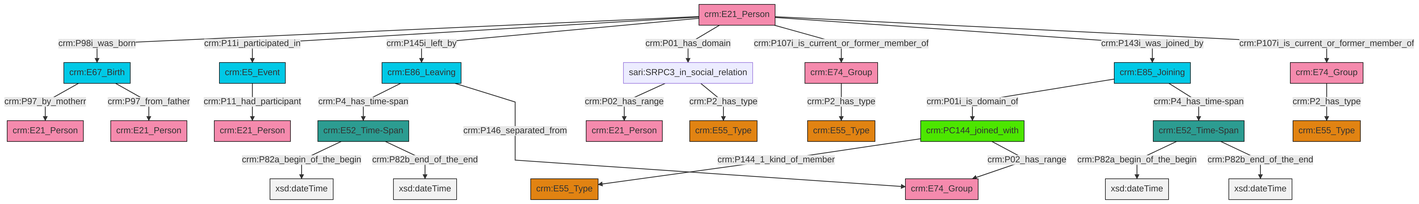
This is et/personCSV/ttl/mmd/png/Person_Actor_Relations.png from swiss-art-research-net/docs.swissartresearch, a Mermaid export, as it was before one commit. Its source is kept beside it as et/personCSV/ttl/mmd/Person_Actor_Relations.ttl.mmd. The source it was exported from:
```mermaid
graph TD
classDef Literal fill:#f2f2f2,stroke:#000000;
classDef CRM_Entity fill:#FFFFFF,stroke:#000000;
classDef Temporal_Entity fill:#00C9E6, stroke:#000000;
classDef Type fill:#E18312, stroke:#000000;
classDef Time-Span fill:#2C9C91, stroke:#000000;
classDef Appellation fill:#FFEB7F, stroke:#000000;
classDef Place fill:#008836, stroke:#000000;
classDef Persistent_Item fill:#B266B2, stroke:#000000;
classDef Conceptual_Object fill:#FFD700, stroke:#000000;
classDef Physical_Thing fill:#D2B48C, stroke:#000000;
classDef Actor fill:#f58aad, stroke:#000000;
classDef PC_Classes fill:#4ce600, stroke:#000000;
classDef Multi fill:#cccccc,stroke:#000000;

4["crm:E85_Joining"]:::Temporal_Entity -->|crm:P01i_is_domain_of| 2["crm:PC144_joined_with"]:::PC_Classes
2["crm:PC144_joined_with"]:::PC_Classes -->|crm:P144_1_kind_of_member| 7["crm:E55_Type"]:::Type
12["crm:E86_Leaving"]:::Temporal_Entity -->|crm:P4_has_time-span| 13["crm:E52_Time-Span"]:::Time-Span
10["sari:SRPC3_in_social_relation"]:::Default -->|crm:P02_has_range| 8["crm:E21_Person"]:::Actor
16["crm:E21_Person"]:::Actor -->|crm:P98i_was_born| 17["crm:E67_Birth"]:::Temporal_Entity
16["crm:E21_Person"]:::Actor -->|crm:P11i_participated_in| 18["crm:E5_Event"]:::Temporal_Entity
18["crm:E5_Event"]:::Temporal_Entity -->|crm:P11_had_participant| 5["crm:E21_Person"]:::Actor
16["crm:E21_Person"]:::Actor -->|crm:P145i_left_by| 12["crm:E86_Leaving"]:::Temporal_Entity
16["crm:E21_Person"]:::Actor -->|crm:P01_has_domain| 10["sari:SRPC3_in_social_relation"]:::Default
2["crm:PC144_joined_with"]:::PC_Classes -->|crm:P02_has_range| 28["crm:E74_Group"]:::Actor
16["crm:E21_Person"]:::Actor -->|crm:P107i_is_current_or_former_member_of| 29["crm:E74_Group"]:::Actor
0["crm:E52_Time-Span"]:::Time-Span -->|crm:P82a_begin_of_the_begin| 31[xsd:dateTime]:::Literal
29["crm:E74_Group"]:::Actor -->|crm:P2_has_type| 14["crm:E55_Type"]:::Type
13["crm:E52_Time-Span"]:::Time-Span -->|crm:P82a_begin_of_the_begin| 32[xsd:dateTime]:::Literal
26["crm:E74_Group"]:::Actor -->|crm:P2_has_type| 22["crm:E55_Type"]:::Type
4["crm:E85_Joining"]:::Temporal_Entity -->|crm:P4_has_time-span| 0["crm:E52_Time-Span"]:::Time-Span
17["crm:E67_Birth"]:::Temporal_Entity -->|crm:P97_by_motherr| 24["crm:E21_Person"]:::Actor
16["crm:E21_Person"]:::Actor -->|crm:P143i_was_joined_by| 4["crm:E85_Joining"]:::Temporal_Entity
13["crm:E52_Time-Span"]:::Time-Span -->|crm:P82b_end_of_the_end| 39[xsd:dateTime]:::Literal
0["crm:E52_Time-Span"]:::Time-Span -->|crm:P82b_end_of_the_end| 40[xsd:dateTime]:::Literal
16["crm:E21_Person"]:::Actor -->|crm:P107i_is_current_or_former_member_of| 26["crm:E74_Group"]:::Actor
12["crm:E86_Leaving"]:::Temporal_Entity -->|crm:P146_separated_from| 28["crm:E74_Group"]:::Actor
10["sari:SRPC3_in_social_relation"]:::Default -->|crm:P2_has_type| 42["crm:E55_Type"]:::Type
17["crm:E67_Birth"]:::Temporal_Entity -->|crm:P97_from_father| 20["crm:E21_Person"]:::Actor
```
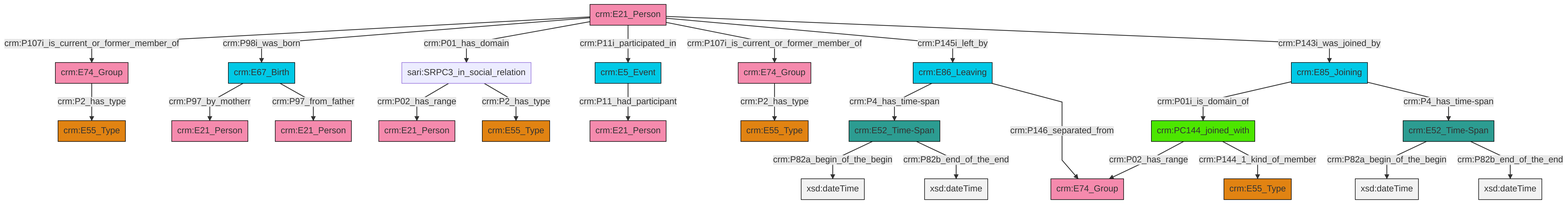
The same diagram one commit later.

Change to the diagram source:
```diff
@@ -13,27 +13,27 @@
 classDef PC_Classes fill:#4ce600, stroke:#000000;
 classDef Multi fill:#cccccc,stroke:#000000;
 
-4["crm:E85_Joining"]:::Temporal_Entity -->|crm:P01i_is_domain_of| 2["crm:PC144_joined_with"]:::PC_Classes
-2["crm:PC144_joined_with"]:::PC_Classes -->|crm:P144_1_kind_of_member| 7["crm:E55_Type"]:::Type
-12["crm:E86_Leaving"]:::Temporal_Entity -->|crm:P4_has_time-span| 13["crm:E52_Time-Span"]:::Time-Span
-10["sari:SRPC3_in_social_relation"]:::Default -->|crm:P02_has_range| 8["crm:E21_Person"]:::Actor
-16["crm:E21_Person"]:::Actor -->|crm:P98i_was_born| 17["crm:E67_Birth"]:::Temporal_Entity
-16["crm:E21_Person"]:::Actor -->|crm:P11i_participated_in| 18["crm:E5_Event"]:::Temporal_Entity
-18["crm:E5_Event"]:::Temporal_Entity -->|crm:P11_had_participant| 5["crm:E21_Person"]:::Actor
-16["crm:E21_Person"]:::Actor -->|crm:P145i_left_by| 12["crm:E86_Leaving"]:::Temporal_Entity
-16["crm:E21_Person"]:::Actor -->|crm:P01_has_domain| 10["sari:SRPC3_in_social_relation"]:::Default
-2["crm:PC144_joined_with"]:::PC_Classes -->|crm:P02_has_range| 28["crm:E74_Group"]:::Actor
-16["crm:E21_Person"]:::Actor -->|crm:P107i_is_current_or_former_member_of| 29["crm:E74_Group"]:::Actor
-0["crm:E52_Time-Span"]:::Time-Span -->|crm:P82a_begin_of_the_begin| 31[xsd:dateTime]:::Literal
-29["crm:E74_Group"]:::Actor -->|crm:P2_has_type| 14["crm:E55_Type"]:::Type
-13["crm:E52_Time-Span"]:::Time-Span -->|crm:P82a_begin_of_the_begin| 32[xsd:dateTime]:::Literal
-26["crm:E74_Group"]:::Actor -->|crm:P2_has_type| 22["crm:E55_Type"]:::Type
-4["crm:E85_Joining"]:::Temporal_Entity -->|crm:P4_has_time-span| 0["crm:E52_Time-Span"]:::Time-Span
-17["crm:E67_Birth"]:::Temporal_Entity -->|crm:P97_by_motherr| 24["crm:E21_Person"]:::Actor
-16["crm:E21_Person"]:::Actor -->|crm:P143i_was_joined_by| 4["crm:E85_Joining"]:::Temporal_Entity
-13["crm:E52_Time-Span"]:::Time-Span -->|crm:P82b_end_of_the_end| 39[xsd:dateTime]:::Literal
-0["crm:E52_Time-Span"]:::Time-Span -->|crm:P82b_end_of_the_end| 40[xsd:dateTime]:::Literal
-16["crm:E21_Person"]:::Actor -->|crm:P107i_is_current_or_former_member_of| 26["crm:E74_Group"]:::Actor
-12["crm:E86_Leaving"]:::Temporal_Entity -->|crm:P146_separated_from| 28["crm:E74_Group"]:::Actor
-10["sari:SRPC3_in_social_relation"]:::Default -->|crm:P2_has_type| 42["crm:E55_Type"]:::Type
-17["crm:E67_Birth"]:::Temporal_Entity -->|crm:P97_from_father| 20["crm:E21_Person"]:::Actor
+0["crm:E85_Joining"]:::Temporal_Entity -->|crm:P01i_is_domain_of| 1["crm:PC144_joined_with"]:::PC_Classes
+2["crm:E21_Person"]:::Actor -->|crm:P107i_is_current_or_former_member_of| 3["crm:E74_Group"]:::Actor
+2["crm:E21_Person"]:::Actor -->|crm:P98i_was_born| 4["crm:E67_Birth"]:::Temporal_Entity
+2["crm:E21_Person"]:::Actor -->|crm:P01_has_domain| 13["sari:SRPC3_in_social_relation"]:::Default
+14["crm:E52_Time-Span"]:::Time-Span -->|crm:P82a_begin_of_the_begin| 15[xsd:dateTime]:::Literal
+13["sari:SRPC3_in_social_relation"]:::Default -->|crm:P02_has_range| 11["crm:E21_Person"]:::Actor
+24["crm:E86_Leaving"]:::Temporal_Entity -->|crm:P4_has_time-span| 25["crm:E52_Time-Span"]:::Time-Span
+2["crm:E21_Person"]:::Actor -->|crm:P11i_participated_in| 27["crm:E5_Event"]:::Temporal_Entity
+25["crm:E52_Time-Span"]:::Time-Span -->|crm:P82a_begin_of_the_begin| 36[xsd:dateTime]:::Literal
+2["crm:E21_Person"]:::Actor -->|crm:P107i_is_current_or_former_member_of| 32["crm:E74_Group"]:::Actor
+3["crm:E74_Group"]:::Actor -->|crm:P2_has_type| 37["crm:E55_Type"]:::Type
+1["crm:PC144_joined_with"]:::PC_Classes -->|crm:P02_has_range| 9["crm:E74_Group"]:::Actor
+14["crm:E52_Time-Span"]:::Time-Span -->|crm:P82b_end_of_the_end| 39[xsd:dateTime]:::Literal
+4["crm:E67_Birth"]:::Temporal_Entity -->|crm:P97_by_motherr| 16["crm:E21_Person"]:::Actor
+13["sari:SRPC3_in_social_relation"]:::Default -->|crm:P2_has_type| 7["crm:E55_Type"]:::Type
+2["crm:E21_Person"]:::Actor -->|crm:P145i_left_by| 24["crm:E86_Leaving"]:::Temporal_Entity
+24["crm:E86_Leaving"]:::Temporal_Entity -->|crm:P146_separated_from| 9["crm:E74_Group"]:::Actor
+1["crm:PC144_joined_with"]:::PC_Classes -->|crm:P144_1_kind_of_member| 5["crm:E55_Type"]:::Type
+0["crm:E85_Joining"]:::Temporal_Entity -->|crm:P4_has_time-span| 14["crm:E52_Time-Span"]:::Time-Span
+2["crm:E21_Person"]:::Actor -->|crm:P143i_was_joined_by| 0["crm:E85_Joining"]:::Temporal_Entity
+27["crm:E5_Event"]:::Temporal_Entity -->|crm:P11_had_participant| 34["crm:E21_Person"]:::Actor
+25["crm:E52_Time-Span"]:::Time-Span -->|crm:P82b_end_of_the_end| 46[xsd:dateTime]:::Literal
+32["crm:E74_Group"]:::Actor -->|crm:P2_has_type| 18["crm:E55_Type"]:::Type
+4["crm:E67_Birth"]:::Temporal_Entity -->|crm:P97_from_father| 44["crm:E21_Person"]:::Actor
```
